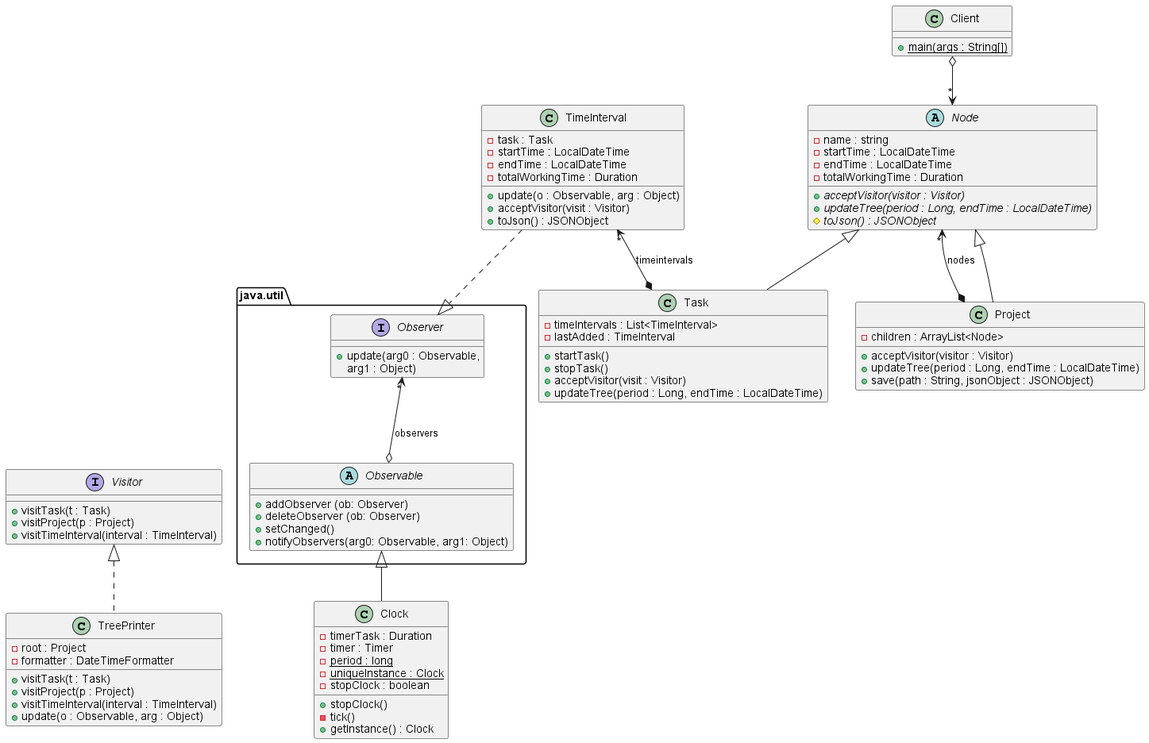
This is timeTracker.png from prodric/timeTracker, a PlantUML export, as it was before one commit. The source it was exported from:
```plantuml
@startuml

class Project extends Node{
    -children : ArrayList<Node>
    +acceptVisitor(visitor : Visitor)
    +updateTree(period : Long, endTime : LocalDateTime)
    +save(path : String, jsonObject : JSONObject)
}

abstract class Node {
    -name : string
    -startTime : LocalDateTime
    -endTime : LocalDateTime
    -totalWorkingTime : Duration
    +{abstract} acceptVisitor(visitor : Visitor)
    +{abstract} updateTree(period : Long, endTime : LocalDateTime)
    #{abstract} toJson() : JSONObject
}

class Task extends Node{
    -timeIntervals : List<TimeInterval>
    -lastAdded : TimeInterval
    +startTask()
    +stopTask()
    +acceptVisitor(visit : Visitor)
    +updateTree(period : Long, endTime : LocalDateTime)

}

class Client {
+ {static}main(args : String[])
}

class TimeInterval {
    -task : Task
    -startTime : LocalDateTime
    -endTime : LocalDateTime
    -totalWorkingTime : Duration
    +update(o : Observable, arg : Object)
    +acceptVisitor(visit : Visitor)
    +toJson() : JSONObject
}
package java.util <<Folder>> {
    interface Observer{
        +update(arg0 : Observable,
        arg1 : Object)
    }
    abstract class Observable{
        +addObserver (ob: Observer)
        +deleteObserver (ob: Observer)
        +setChanged()
        +notifyObservers(arg0: Observable, arg1: Object)
    }
}

class Clock{
    -timerTask : Duration
    -timer : Timer
    -{static}period : long
    -{static}uniqueInstance : Clock
    -stopClock : boolean
    +stopClock()
    -tick()
    +getInstance() : Clock
}

interface Visitor {
    +visitTask(t : Task)
    +visitProject(p : Project)
    +visitTimeInterval(interval : TimeInterval)
}
class TreePrinter implements Visitor{
     -root : Project
     -formatter : DateTimeFormatter
     +visitTask(t : Task)
     +visitProject(p : Project)
     +visitTimeInterval(interval : TimeInterval)
     +update(o : Observable, arg : Object)
}
Visitor -[hidden]right- Observable
Node <--* Project : "*" nodes
TimeInterval "*"<--*  Task : timeintervals
TimeInterval ..|> Observer
Observer <--o Observable : "*"observers
Observable <|-- Clock
Client  o-->"*" Node

@enduml
```
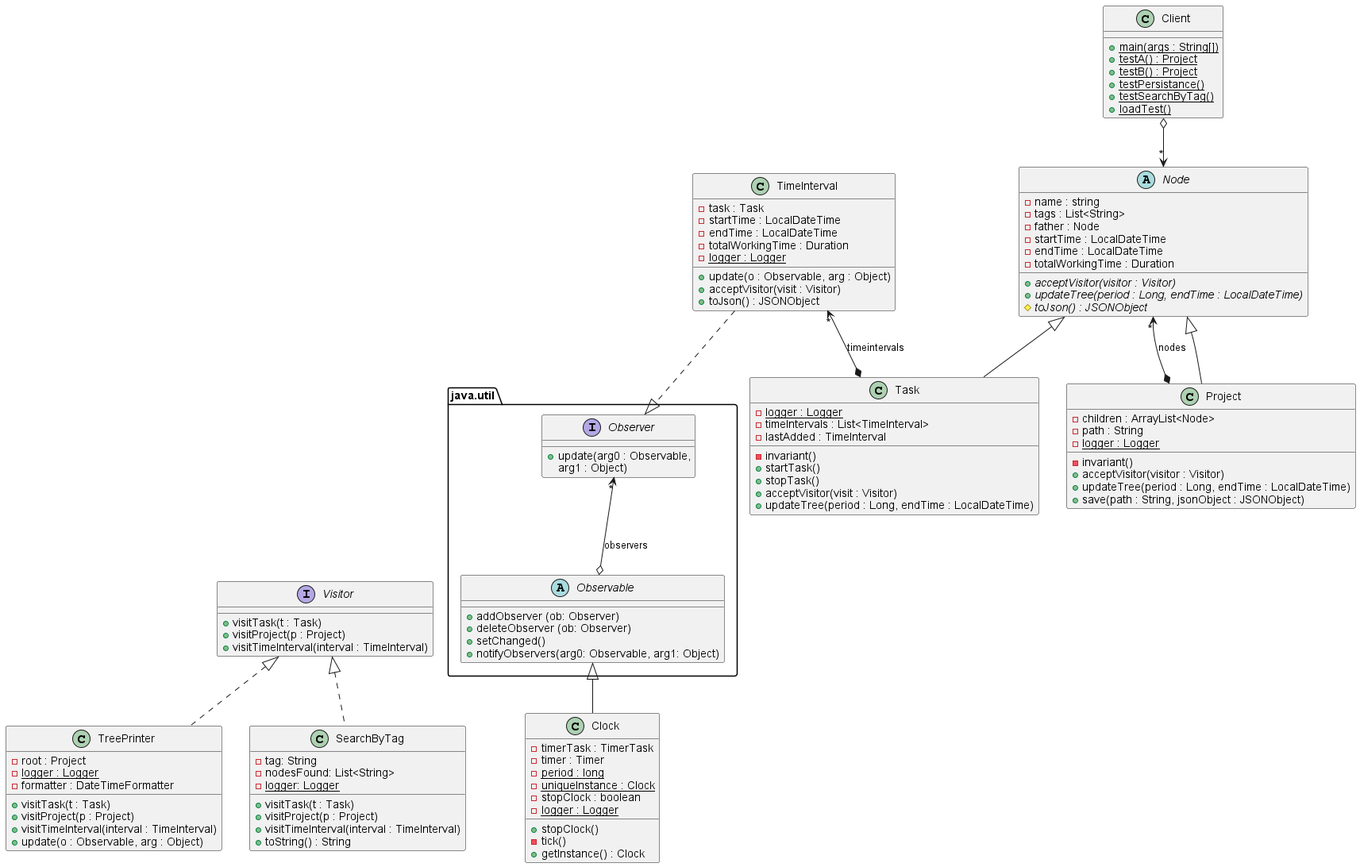
After the change.

The edit, as a diff of the source:
```diff
@@ -2,13 +2,19 @@
 
 class Project extends Node{
     -children : ArrayList<Node>
+    -path : String
+    -{static}logger : Logger
+    -invariant()
     +acceptVisitor(visitor : Visitor)
     +updateTree(period : Long, endTime : LocalDateTime)
     +save(path : String, jsonObject : JSONObject)
+
 }
 
 abstract class Node {
     -name : string
+    -tags : List<String>
+    -father : Node
     -startTime : LocalDateTime
     -endTime : LocalDateTime
     -totalWorkingTime : Duration
@@ -18,8 +24,10 @@
 }
 
 class Task extends Node{
+    -{static}logger : Logger
     -timeIntervals : List<TimeInterval>
     -lastAdded : TimeInterval
+    -invariant()
     +startTask()
     +stopTask()
     +acceptVisitor(visit : Visitor)
@@ -29,6 +37,11 @@
 
 class Client {
 + {static}main(args : String[])
++{static}testA() : Project
++{static}testB() : Project
++{static}testPersistance()
++{static}testSearchByTag()
++{static}loadTest()
 }
 
 class TimeInterval {
@@ -36,6 +49,7 @@
     -startTime : LocalDateTime
     -endTime : LocalDateTime
     -totalWorkingTime : Duration
+    -{static} logger : Logger
     +update(o : Observable, arg : Object)
     +acceptVisitor(visit : Visitor)
     +toJson() : JSONObject
@@ -54,11 +68,12 @@
 }
 
 class Clock{
-    -timerTask : Duration
+    -timerTask : TimerTask
     -timer : Timer
     -{static}period : long
     -{static}uniqueInstance : Clock
     -stopClock : boolean
+    -{static}logger : Logger
     +stopClock()
     -tick()
     +getInstance() : Clock
@@ -71,11 +86,21 @@
 }
 class TreePrinter implements Visitor{
      -root : Project
+     -{static}logger : Logger
      -formatter : DateTimeFormatter
      +visitTask(t : Task)
      +visitProject(p : Project)
      +visitTimeInterval(interval : TimeInterval)
      +update(o : Observable, arg : Object)
+}
+class SearchByTag implements Visitor{
+    -tag: String
+    -nodesFound: List<String>
+    -{static}logger: Logger
+    +visitTask(t : Task)
+    +visitProject(p : Project)
+    +visitTimeInterval(interval : TimeInterval)
+    +toString() : String
 }
 Visitor -[hidden]right- Observable
 Node <--* Project : "*" nodes
```
